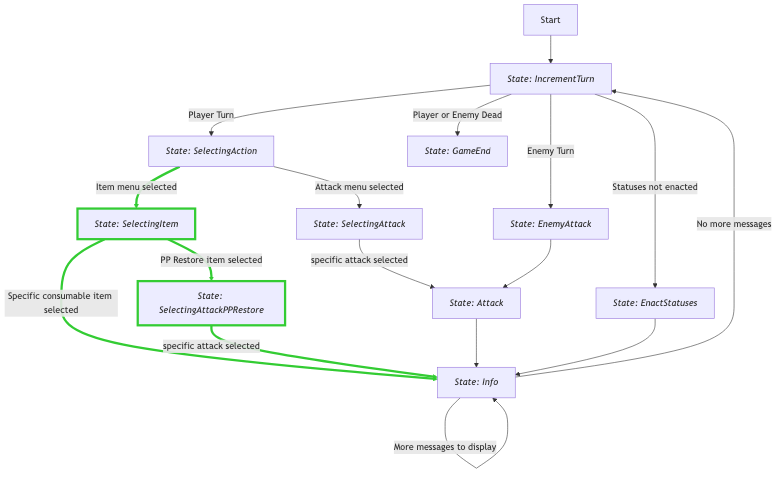
Above: docs/state_diagram.png in JakeTaussig/rpg-rougelike (Mermaid), before the change. Its source is kept beside it as docs/state_diagram.mermaid.
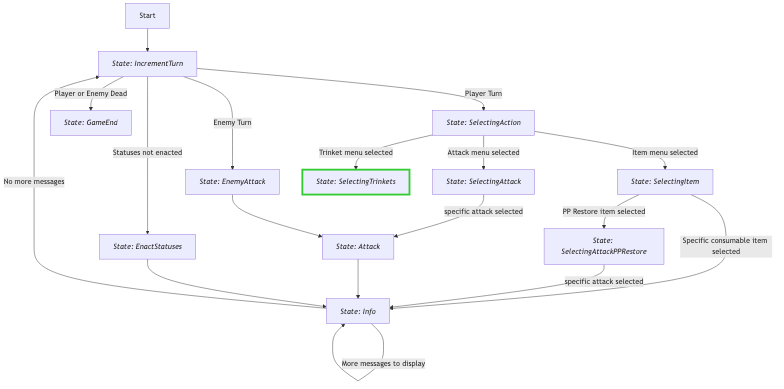
After the change.

Commit message:
update state machine diagram

Change to the diagram source:
```diff
@@ -9,9 +9,9 @@
   GameEnd[*State: GameEnd*]
   EnactStatuses[*State: EnactStatuses*]
   SelectingItem[*State: SelectingItem*]
-  style SelectingItem stroke:#33cc33,stroke-width:4
   SelectingAttackPPRestore[*State: SelectingAttackPPRestore*]
-  style SelectingAttackPPRestore stroke:#33cc33,stroke-width:4
+  SelectingTrinkets[*State: SelectingTrinkets*]
+  style SelectingTrinkets stroke:#33cc33,stroke-width:4
 
   Start --> IncrementTurn
 
@@ -20,14 +20,12 @@
   SelectingAttack --> |specific attack selected| Attack
 
   SelectingAction --> |Item menu selected|SelectingItem
-  linkStyle 4 stroke:#33cc33,stroke-width:4px
   SelectingItem --> |Specific consumable item selected|Info
-  linkStyle 5 stroke:#33cc33,stroke-width:4px
   SelectingItem --> |PP Restore item selected|SelectingAttackPPRestore
-  linkStyle 6 stroke:#33cc33,stroke-width:4px
 
   SelectingAttackPPRestore --> |specific attack selected|Info
-  linkStyle 7 stroke:#33cc33,stroke-width:4px
+
+  SelectingAction --> |Trinket menu selected|SelectingTrinkets
 
   IncrementTurn --> |Enemy Turn| EnemyAttack
   EnemyAttack --> Attack
@@ -42,3 +40,4 @@
   Info --> |More messages to display| Info
 
   EnactStatuses --> Info
+
```
